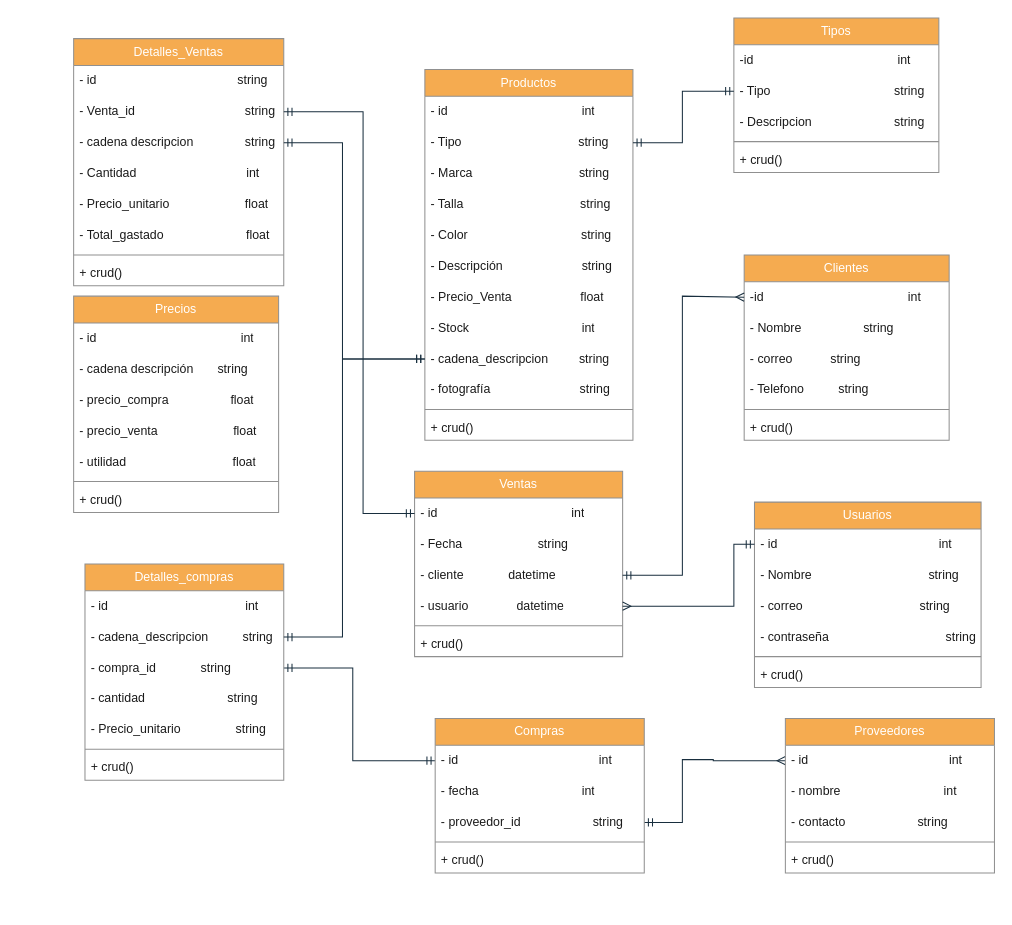
Before: Sombreros.drawio in NealD00/Diagramin, a draw.io diagram. Source tidied: cells renumbered, new cells numbered last; positions are measured from the earlier drawing's top-left corner, leaving out a move shared by most shapes. Both pictures are drawn from the tidied source at 103%, with x=0, y=0 at pixel (73, 18).
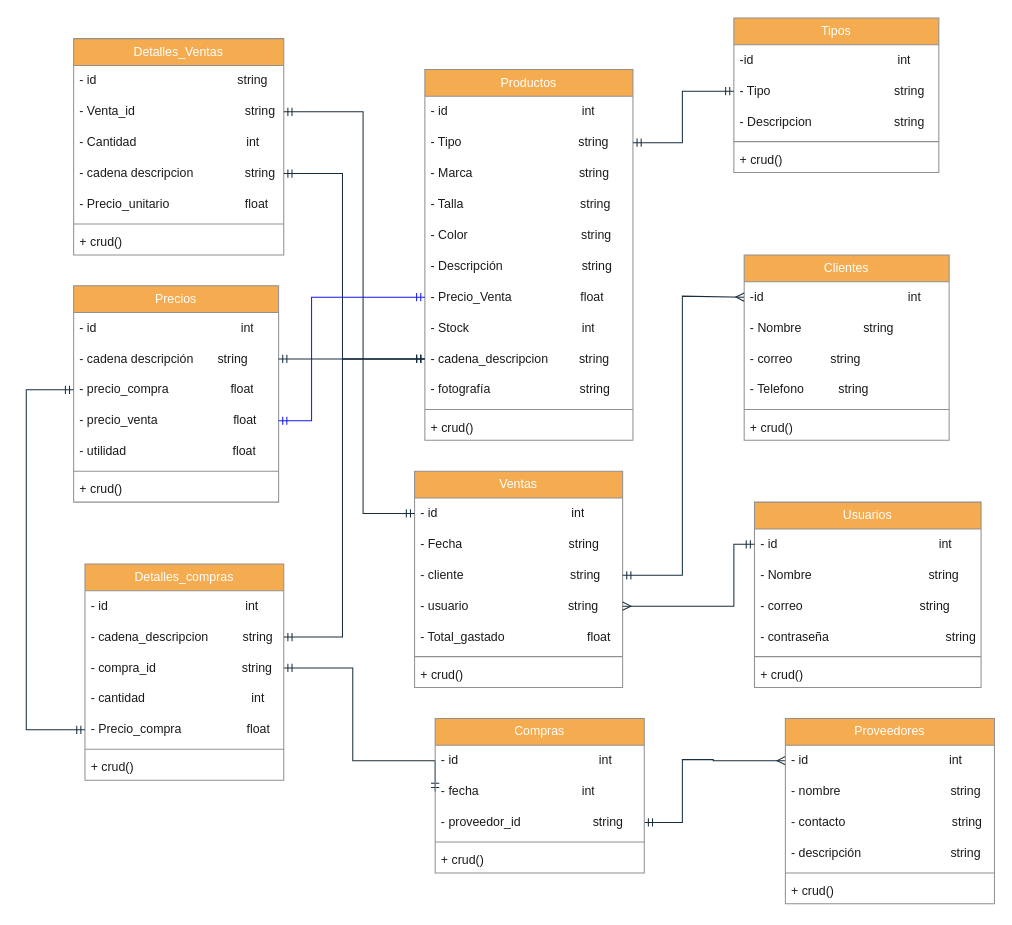
After the change.

The change refers to these unchanged cells:
```xml
<mxCell id="4" value="&lt;font color=&quot;#ffffff&quot;&gt;Detalles_compras&lt;/font&gt;" style="swimlane;fontStyle=0;align=center;verticalAlign=middle;horizontal=1;startSize=26;whiteSpace=wrap;html=1;strokeColor=#909090;fontFamily=Helvetica;fontSize=12;fontColor=#1A1A1A;labelBackgroundColor=none;fillColor=#F5AB50;" parent="1" vertex="1">
  <mxGeometry x="11" y="530" width="193" height="210" as="geometry" />
</mxCell>
<mxCell id="29" value="- id&amp;nbsp; &amp;nbsp; &amp;nbsp; &amp;nbsp; &amp;nbsp; &amp;nbsp; &amp;nbsp; &amp;nbsp; &amp;nbsp; &amp;nbsp; &amp;nbsp; &amp;nbsp; &amp;nbsp; &amp;nbsp; &amp;nbsp; &amp;nbsp; &amp;nbsp; &amp;nbsp; &amp;nbsp; &amp;nbsp; &amp;nbsp;int" style="text;strokeColor=none;fillColor=none;align=left;verticalAlign=middle;spacingLeft=4;spacingRight=4;overflow=hidden;points=[[0,0.5],[1,0.5]];portConstraint=eastwest;whiteSpace=wrap;html=1;labelBackgroundColor=none;fontColor=#1A1A1A;swimlaneLine=0;" parent="28" vertex="1">
  <mxGeometry y="26" width="203" height="30" as="geometry" />
</mxCell>
<mxCell id="56" value="- Precio_Venta&amp;nbsp; &amp;nbsp; &amp;nbsp; &amp;nbsp; &amp;nbsp; &amp;nbsp; &amp;nbsp; &amp;nbsp; &amp;nbsp; &amp;nbsp; float" style="text;strokeColor=none;fillColor=none;align=left;verticalAlign=middle;spacingLeft=4;spacingRight=4;overflow=hidden;points=[[0,0.5],[1,0.5]];portConstraint=eastwest;whiteSpace=wrap;html=1;labelBackgroundColor=none;fontColor=#1A1A1A;swimlaneLine=0;" parent="49" vertex="1">
  <mxGeometry y="206" width="202" height="30" as="geometry" />
</mxCell>
<mxCell id="58" value="- cadena_descripcion&amp;nbsp; &amp;nbsp; &amp;nbsp; &amp;nbsp; &amp;nbsp;string" style="text;strokeColor=none;fillColor=none;align=left;verticalAlign=middle;spacingLeft=4;spacingRight=4;overflow=hidden;points=[[0,0.5],[1,0.5]];portConstraint=eastwest;whiteSpace=wrap;html=1;labelBackgroundColor=none;fontColor=#1A1A1A;swimlaneLine=0;" parent="49" vertex="1">
  <mxGeometry y="266" width="202" height="30" as="geometry" />
</mxCell>
<mxCell id="73" value="- cadena descripción&amp;nbsp; &amp;nbsp; &amp;nbsp; &amp;nbsp;string" style="text;strokeColor=none;fillColor=none;align=left;verticalAlign=middle;spacingLeft=4;spacingRight=4;overflow=hidden;points=[[0,0.5],[1,0.5]];portConstraint=eastwest;whiteSpace=wrap;html=1;labelBackgroundColor=none;fontColor=#1A1A1A;swimlaneLine=0;" parent="71" vertex="1">
  <mxGeometry y="56" width="199" height="30" as="geometry" />
</mxCell>
<mxCell id="74" value="- precio_compra&amp;nbsp; &amp;nbsp; &amp;nbsp; &amp;nbsp; &amp;nbsp; &amp;nbsp; &amp;nbsp; &amp;nbsp; &amp;nbsp; float" style="text;strokeColor=none;fillColor=none;align=left;verticalAlign=middle;spacingLeft=4;spacingRight=4;overflow=hidden;points=[[0,0.5],[1,0.5]];portConstraint=eastwest;whiteSpace=wrap;html=1;labelBackgroundColor=none;fontColor=#1A1A1A;swimlaneLine=0;" parent="71" vertex="1">
  <mxGeometry y="86" width="199" height="30" as="geometry" />
</mxCell>
<mxCell id="75" value="- precio_venta&amp;nbsp; &amp;nbsp; &amp;nbsp; &amp;nbsp; &amp;nbsp; &amp;nbsp; &amp;nbsp; &amp;nbsp; &amp;nbsp; &amp;nbsp; &amp;nbsp; float" style="text;strokeColor=none;fillColor=none;align=left;verticalAlign=middle;spacingLeft=4;spacingRight=4;overflow=hidden;points=[[0,0.5],[1,0.5]];portConstraint=eastwest;whiteSpace=wrap;html=1;labelBackgroundColor=none;fontColor=#1A1A1A;swimlaneLine=0;" parent="71" vertex="1">
  <mxGeometry y="116" width="199" height="30" as="geometry" />
</mxCell>
```

Diff of the diagram source:
```diff
@@
-    <mxCell id="2" style="edgeStyle=orthogonalEdgeStyle;rounded=0;jettySize=auto;html=1;labelBackgroundColor=none;strokeColor=#182E3E;fontColor=default;startArrow=ERmandOne;startFill=0;endArrow=ERmandOne;endFill=0;swimlaneLine=0;exitX=1;exitY=0.5;exitDx=0;exitDy=0;entryX=0;entryY=0.5;entryDx=0;entryDy=0;" parent="1" edge="1" source="7" target="29">
+    <mxCell id="2" style="edgeStyle=orthogonalEdgeStyle;rounded=0;jettySize=auto;html=1;labelBackgroundColor=none;strokeColor=#182E3E;fontColor=default;startArrow=ERmandOne;startFill=0;endArrow=ERmandOne;endFill=0;swimlaneLine=0;exitX=1;exitY=0.5;exitDx=0;exitDy=0;entryX=0;entryY=0.5;entryDx=0;entryDy=0;" parent="1" edge="1" source="7">
       <mxGeometry relative="1" as="geometry">
+        <mxPoint x="351" y="751" as="targetPoint" />
         <Array as="points">
           <mxPoint x="271" y="631" />
           <mxPoint x="271" y="721" />
         </Array>
       </mxGeometry>
     </mxCell>
@@
-    <mxCell id="7" value="- compra_id&amp;nbsp; &amp;nbsp; &amp;nbsp; &amp;nbsp; &amp;nbsp; &amp;nbsp; &amp;nbsp;string" style="text;strokeColor=none;fillColor=none;align=left;verticalAlign=middle;spacingLeft=4;spacingRight=4;overflow=hidden;points=[[0,0.5],[1,0.5]];portConstraint=eastwest;whiteSpace=wrap;html=1;labelBackgroundColor=none;fontColor=#1A1A1A;swimlaneLine=0;" parent="4" vertex="1">
+    <mxCell id="7" value="- compra_id&amp;nbsp; &amp;nbsp; &amp;nbsp; &amp;nbsp; &amp;nbsp; &amp;nbsp; &amp;nbsp; &amp;nbsp; &amp;nbsp; &amp;nbsp; &amp;nbsp; &amp;nbsp; &amp;nbsp;string" style="text;strokeColor=none;fillColor=none;align=left;verticalAlign=middle;spacingLeft=4;spacingRight=4;overflow=hidden;points=[[0,0.5],[1,0.5]];portConstraint=eastwest;whiteSpace=wrap;html=1;labelBackgroundColor=none;fontColor=#1A1A1A;swimlaneLine=0;" parent="4" vertex="1">
       <mxGeometry y="86" width="193" height="30" as="geometry" />
     </mxCell>
-    <mxCell id="8" value="- cantidad&amp;nbsp; &amp;nbsp; &amp;nbsp; &amp;nbsp; &amp;nbsp; &amp;nbsp; &amp;nbsp; &amp;nbsp; &amp;nbsp; &amp;nbsp; &amp;nbsp; &amp;nbsp; string" style="text;strokeColor=none;fillColor=none;align=left;verticalAlign=middle;spacingLeft=4;spacingRight=4;overflow=hidden;whiteSpace=wrap;html=1;labelBackgroundColor=none;fontColor=#1A1A1A;swimlaneLine=0;" parent="4" vertex="1">
+    <mxCell id="8" value="- cantidad&amp;nbsp; &amp;nbsp; &amp;nbsp; &amp;nbsp; &amp;nbsp; &amp;nbsp; &amp;nbsp; &amp;nbsp; &amp;nbsp; &amp;nbsp; &amp;nbsp; &amp;nbsp; &amp;nbsp; &amp;nbsp; &amp;nbsp; &amp;nbsp;int" style="text;strokeColor=none;fillColor=none;align=left;verticalAlign=middle;spacingLeft=4;spacingRight=4;overflow=hidden;whiteSpace=wrap;html=1;labelBackgroundColor=none;fontColor=#1A1A1A;swimlaneLine=0;" parent="4" vertex="1">
       <mxGeometry y="116" width="193" height="30" as="geometry" />
     </mxCell>
-    <mxCell id="9" value="- Precio_unitario&amp;nbsp; &amp;nbsp; &amp;nbsp; &amp;nbsp; &amp;nbsp; &amp;nbsp; &amp;nbsp; &amp;nbsp; string" style="text;strokeColor=none;fillColor=none;align=left;verticalAlign=middle;spacingLeft=4;spacingRight=4;overflow=hidden;points=[[0,0.5],[1,0.5]];portConstraint=eastwest;whiteSpace=wrap;html=1;labelBackgroundColor=none;fontColor=#1A1A1A;swimlaneLine=0;" parent="4" vertex="1">
+    <mxCell id="9" value="- Precio_compra&amp;nbsp; &amp;nbsp; &amp;nbsp; &amp;nbsp; &amp;nbsp; &amp;nbsp; &amp;nbsp; &amp;nbsp; &amp;nbsp; &amp;nbsp;float" style="text;strokeColor=none;fillColor=none;align=left;verticalAlign=middle;spacingLeft=4;spacingRight=4;overflow=hidden;points=[[0,0.5],[1,0.5]];portConstraint=eastwest;whiteSpace=wrap;html=1;labelBackgroundColor=none;fontColor=#1A1A1A;swimlaneLine=0;" parent="4" vertex="1">
       <mxGeometry y="146" width="193" height="30" as="geometry" />
     </mxCell>
@@
     <mxCell id="12" value="&lt;font color=&quot;#ffffff&quot;&gt;Detalles_Ventas&lt;/font&gt;" style="swimlane;fontStyle=0;align=center;verticalAlign=middle;horizontal=1;startSize=26;whiteSpace=wrap;html=1;strokeColor=#909090;fontFamily=Helvetica;fontSize=12;fontColor=#1A1A1A;labelBackgroundColor=none;fillColor=#F5AB50;" parent="1" vertex="1">
-      <mxGeometry y="20" width="204" height="240" as="geometry" />
+      <mxGeometry y="20" width="204" height="210" as="geometry" />
     </mxCell>
@@
+    <mxCell id="16" value="- Cantidad&amp;nbsp; &amp;nbsp; &amp;nbsp; &amp;nbsp; &amp;nbsp; &amp;nbsp; &amp;nbsp; &amp;nbsp; &amp;nbsp; &amp;nbsp; &amp;nbsp; &amp;nbsp; &amp;nbsp; &amp;nbsp; &amp;nbsp; &amp;nbsp; int" style="text;strokeColor=none;fillColor=none;align=left;verticalAlign=middle;spacingLeft=4;spacingRight=4;overflow=hidden;whiteSpace=wrap;html=1;labelBackgroundColor=none;fontColor=#1A1A1A;swimlaneLine=0;" parent="12" vertex="1">
+      <mxGeometry y="86" width="204" height="30" as="geometry" />
+    </mxCell>
     <mxCell id="15" value="- cadena descripcion&amp;nbsp; &amp;nbsp; &amp;nbsp; &amp;nbsp; &amp;nbsp; &amp;nbsp; &amp;nbsp; &amp;nbsp;string" style="text;strokeColor=none;fillColor=none;align=left;verticalAlign=middle;spacingLeft=4;spacingRight=4;overflow=hidden;points=[[0,0.5],[1,0.5]];portConstraint=eastwest;whiteSpace=wrap;html=1;labelBackgroundColor=none;fontColor=#1A1A1A;swimlaneLine=0;" parent="12" vertex="1">
-      <mxGeometry y="86" width="204" height="30" as="geometry" />
+      <mxGeometry y="116" width="204" height="30" as="geometry" />
     </mxCell>
-    <mxCell id="16" value="- Cantidad&amp;nbsp; &amp;nbsp; &amp;nbsp; &amp;nbsp; &amp;nbsp; &amp;nbsp; &amp;nbsp; &amp;nbsp; &amp;nbsp; &amp;nbsp; &amp;nbsp; &amp;nbsp; &amp;nbsp; &amp;nbsp; &amp;nbsp; &amp;nbsp; int" style="text;strokeColor=none;fillColor=none;align=left;verticalAlign=middle;spacingLeft=4;spacingRight=4;overflow=hidden;whiteSpace=wrap;html=1;labelBackgroundColor=none;fontColor=#1A1A1A;swimlaneLine=0;" parent="12" vertex="1">
-      <mxGeometry y="116" width="204" height="30" as="geometry" />
-    </mxCell>
@@
-    <mxCell id="18" value="- Total_gastado&amp;nbsp; &amp;nbsp; &amp;nbsp; &amp;nbsp; &amp;nbsp; &amp;nbsp; &amp;nbsp; &amp;nbsp; &amp;nbsp; &amp;nbsp; &amp;nbsp; &amp;nbsp; float" style="text;strokeColor=none;fillColor=none;align=left;verticalAlign=middle;spacingLeft=4;spacingRight=4;overflow=hidden;whiteSpace=wrap;html=1;labelBackgroundColor=none;fontColor=#1A1A1A;swimlaneLine=0;" parent="12" vertex="1">
-      <mxGeometry y="176" width="204" height="30" as="geometry" />
-    </mxCell>
     <mxCell id="19" style="line;strokeWidth=1;fillColor=#F5AB50;align=center;verticalAlign=middle;spacingTop=-1;spacingLeft=3;spacingRight=3;labelPosition=right;strokeColor=#909090;fontFamily=Helvetica;fontSize=12;fontColor=#1A1A1A;fontStyle=0;labelBackgroundColor=none;" parent="12" vertex="1">
-      <mxGeometry y="206" width="204" height="8" as="geometry" />
+      <mxGeometry y="176" width="204" height="8" as="geometry" />
     </mxCell>
     <mxCell id="20" value="+ crud()" style="text;strokeColor=none;fillColor=none;align=left;verticalAlign=top;spacingLeft=4;spacingRight=4;overflow=hidden;whiteSpace=wrap;html=1;fontFamily=Helvetica;fontSize=12;fontColor=#1A1A1A;fontStyle=0;labelBackgroundColor=none;" parent="12" vertex="1">
-      <mxGeometry y="214" width="204" height="26" as="geometry" />
+      <mxGeometry y="184" width="204" height="26" as="geometry" />
     </mxCell>
@@
     <mxCell id="34" value="&lt;font color=&quot;#ffffff&quot;&gt;Ventas&lt;/font&gt;" style="swimlane;fontStyle=0;align=center;verticalAlign=middle;horizontal=1;startSize=26;whiteSpace=wrap;html=1;strokeColor=#909090;fontFamily=Helvetica;fontSize=12;fontColor=#1A1A1A;labelBackgroundColor=none;fillColor=#F5AB50;" parent="1" vertex="1">
-      <mxGeometry x="331" y="440" width="202" height="180" as="geometry" />
+      <mxGeometry x="331" y="440" width="202" height="210" as="geometry" />
     </mxCell>
@@
-    <mxCell id="36" value="- Fecha&amp;nbsp; &amp;nbsp; &amp;nbsp; &amp;nbsp; &amp;nbsp; &amp;nbsp; &amp;nbsp; &amp;nbsp; &amp;nbsp; &amp;nbsp; &amp;nbsp; string" style="text;strokeColor=none;fillColor=none;align=left;verticalAlign=middle;spacingLeft=4;spacingRight=4;overflow=hidden;whiteSpace=wrap;html=1;labelBackgroundColor=none;fontColor=#1A1A1A;swimlaneLine=0;" parent="34" vertex="1">
+    <mxCell id="36" value="- Fecha&amp;nbsp; &amp;nbsp; &amp;nbsp; &amp;nbsp; &amp;nbsp; &amp;nbsp; &amp;nbsp; &amp;nbsp; &amp;nbsp; &amp;nbsp; &amp;nbsp; &amp;nbsp; &amp;nbsp; &amp;nbsp; &amp;nbsp; &amp;nbsp;string" style="text;strokeColor=none;fillColor=none;align=left;verticalAlign=middle;spacingLeft=4;spacingRight=4;overflow=hidden;whiteSpace=wrap;html=1;labelBackgroundColor=none;fontColor=#1A1A1A;swimlaneLine=0;" parent="34" vertex="1">
       <mxGeometry y="56" width="202" height="30" as="geometry" />
     </mxCell>
-    <mxCell id="37" value="- cliente&amp;nbsp; &amp;nbsp; &amp;nbsp; &amp;nbsp; &amp;nbsp; &amp;nbsp; &amp;nbsp;datetime" style="text;strokeColor=none;fillColor=none;align=left;verticalAlign=middle;spacingLeft=4;spacingRight=4;overflow=hidden;points=[[0,0.5],[1,0.5]];portConstraint=eastwest;whiteSpace=wrap;html=1;labelBackgroundColor=none;fontColor=#1A1A1A;swimlaneLine=0;" parent="34" vertex="1">
+    <mxCell id="37" value="- cliente&amp;nbsp; &amp;nbsp; &amp;nbsp; &amp;nbsp; &amp;nbsp; &amp;nbsp; &amp;nbsp; &amp;nbsp; &amp;nbsp; &amp;nbsp; &amp;nbsp; &amp;nbsp; &amp;nbsp; &amp;nbsp; &amp;nbsp; &amp;nbsp;string" style="text;strokeColor=none;fillColor=none;align=left;verticalAlign=middle;spacingLeft=4;spacingRight=4;overflow=hidden;points=[[0,0.5],[1,0.5]];portConstraint=eastwest;whiteSpace=wrap;html=1;labelBackgroundColor=none;fontColor=#1A1A1A;swimlaneLine=0;" parent="34" vertex="1">
       <mxGeometry y="86" width="202" height="30" as="geometry" />
     </mxCell>
-    <mxCell id="38" value="- usuario&amp;nbsp; &amp;nbsp; &amp;nbsp; &amp;nbsp; &amp;nbsp; &amp;nbsp; &amp;nbsp; datetime" style="text;strokeColor=none;fillColor=none;align=left;verticalAlign=middle;spacingLeft=4;spacingRight=4;overflow=hidden;points=[[0,0.5],[1,0.5]];portConstraint=eastwest;whiteSpace=wrap;html=1;labelBackgroundColor=none;fontColor=#1A1A1A;swimlaneLine=0;" parent="34" vertex="1">
+    <mxCell id="38" value="- usuario&amp;nbsp; &amp;nbsp; &amp;nbsp; &amp;nbsp; &amp;nbsp; &amp;nbsp; &amp;nbsp; &amp;nbsp; &amp;nbsp; &amp;nbsp; &amp;nbsp; &amp;nbsp; &amp;nbsp; &amp;nbsp; &amp;nbsp;string" style="text;strokeColor=none;fillColor=none;align=left;verticalAlign=middle;spacingLeft=4;spacingRight=4;overflow=hidden;points=[[0,0.5],[1,0.5]];portConstraint=eastwest;whiteSpace=wrap;html=1;labelBackgroundColor=none;fontColor=#1A1A1A;swimlaneLine=0;" parent="34" vertex="1">
       <mxGeometry y="116" width="202" height="30" as="geometry" />
     </mxCell>
+    <mxCell id="18" value="- Total_gastado&amp;nbsp; &amp;nbsp; &amp;nbsp; &amp;nbsp; &amp;nbsp; &amp;nbsp; &amp;nbsp; &amp;nbsp; &amp;nbsp; &amp;nbsp; &amp;nbsp; &amp;nbsp; float" style="text;strokeColor=none;fillColor=none;align=left;verticalAlign=middle;spacingLeft=4;spacingRight=4;overflow=hidden;whiteSpace=wrap;html=1;labelBackgroundColor=none;fontColor=#1A1A1A;swimlaneLine=0;" parent="34" vertex="1">
+      <mxGeometry y="146" width="202" height="30" as="geometry" />
+    </mxCell>
     <mxCell id="39" style="line;strokeWidth=1;fillColor=#F5AB50;align=center;verticalAlign=middle;spacingTop=-1;spacingLeft=3;spacingRight=3;labelPosition=right;strokeColor=#909090;fontFamily=Helvetica;fontSize=12;fontColor=#1A1A1A;fontStyle=0;labelBackgroundColor=none;" parent="34" vertex="1">
-      <mxGeometry y="146" width="202" height="8" as="geometry" />
+      <mxGeometry y="176" width="202" height="8" as="geometry" />
     </mxCell>
     <mxCell id="40" value="+ crud()" style="text;strokeColor=none;fillColor=none;align=left;verticalAlign=top;spacingLeft=4;spacingRight=4;overflow=hidden;whiteSpace=wrap;html=1;fontFamily=Helvetica;fontSize=12;fontColor=#1A1A1A;fontStyle=0;labelBackgroundColor=none;" parent="34" vertex="1">
-      <mxGeometry y="154" width="202" height="26" as="geometry" />
+      <mxGeometry y="184" width="202" height="26" as="geometry" />
     </mxCell>
@@
     <mxCell id="62" value="&lt;font color=&quot;#ffffff&quot;&gt;Proveedores&lt;/font&gt;" style="swimlane;fontStyle=0;align=center;verticalAlign=middle;horizontal=1;startSize=26;whiteSpace=wrap;html=1;strokeColor=#909090;fontFamily=Helvetica;fontSize=12;fontColor=#1A1A1A;labelBackgroundColor=none;fillColor=#F5AB50;" parent="1" vertex="1">
-      <mxGeometry x="691" y="680" width="203" height="150" as="geometry" />
+      <mxGeometry x="691" y="680" width="203" height="180" as="geometry" />
     </mxCell>
@@
-    <mxCell id="64" value="- nombre&amp;nbsp; &amp;nbsp; &amp;nbsp; &amp;nbsp; &amp;nbsp; &amp;nbsp; &amp;nbsp; &amp;nbsp; &amp;nbsp; &amp;nbsp; &amp;nbsp; &amp;nbsp; &amp;nbsp; &amp;nbsp; &amp;nbsp; int" style="text;strokeColor=none;fillColor=none;align=left;verticalAlign=middle;spacingLeft=4;spacingRight=4;overflow=hidden;whiteSpace=wrap;html=1;labelBackgroundColor=none;fontColor=#1A1A1A;swimlaneLine=0;" parent="62" vertex="1">
+    <mxCell id="64" value="- nombre&amp;nbsp; &amp;nbsp; &amp;nbsp; &amp;nbsp; &amp;nbsp; &amp;nbsp; &amp;nbsp; &amp;nbsp; &amp;nbsp; &amp;nbsp; &amp;nbsp; &amp;nbsp; &amp;nbsp; &amp;nbsp; &amp;nbsp; &amp;nbsp; string" style="text;strokeColor=none;fillColor=none;align=left;verticalAlign=middle;spacingLeft=4;spacingRight=4;overflow=hidden;whiteSpace=wrap;html=1;labelBackgroundColor=none;fontColor=#1A1A1A;swimlaneLine=0;" parent="62" vertex="1">
       <mxGeometry y="56" width="203" height="30" as="geometry" />
     </mxCell>
+    <mxCell id="90" value="- contacto&amp;nbsp; &amp;nbsp; &amp;nbsp; &amp;nbsp; &amp;nbsp; &amp;nbsp; &amp;nbsp; &amp;nbsp; &amp;nbsp; &amp;nbsp; &amp;nbsp; &amp;nbsp; &amp;nbsp; &amp;nbsp; &amp;nbsp; &amp;nbsp;string" style="text;strokeColor=none;fillColor=none;align=left;verticalAlign=middle;spacingLeft=4;spacingRight=4;overflow=hidden;whiteSpace=wrap;html=1;labelBackgroundColor=none;fontColor=#1A1A1A;swimlaneLine=0;" parent="62" vertex="1">
+      <mxGeometry y="86" width="203" height="30" as="geometry" />
+    </mxCell>
-    <mxCell id="65" value="- contacto&amp;nbsp; &amp;nbsp; &amp;nbsp; &amp;nbsp; &amp;nbsp; &amp;nbsp; &amp;nbsp; &amp;nbsp; &amp;nbsp; &amp;nbsp; &amp;nbsp;string" style="text;strokeColor=none;fillColor=none;align=left;verticalAlign=middle;spacingLeft=4;spacingRight=4;overflow=hidden;whiteSpace=wrap;html=1;labelBackgroundColor=none;fontColor=#1A1A1A;swimlaneLine=0;" parent="62" vertex="1">
-      <mxGeometry y="86" width="203" height="30" as="geometry" />
+    <mxCell id="65" value="- descripción&amp;nbsp; &amp;nbsp; &amp;nbsp; &amp;nbsp; &amp;nbsp; &amp;nbsp; &amp;nbsp; &amp;nbsp; &amp;nbsp; &amp;nbsp; &amp;nbsp; &amp;nbsp; &amp;nbsp; string" style="text;strokeColor=none;fillColor=none;align=left;verticalAlign=middle;spacingLeft=4;spacingRight=4;overflow=hidden;whiteSpace=wrap;html=1;labelBackgroundColor=none;fontColor=#1A1A1A;swimlaneLine=0;" parent="62" vertex="1">
+      <mxGeometry y="116" width="203" height="30" as="geometry" />
     </mxCell>
     <mxCell id="66" style="line;strokeWidth=1;fillColor=#F5AB50;align=center;verticalAlign=middle;spacingTop=-1;spacingLeft=3;spacingRight=3;labelPosition=right;strokeColor=#909090;fontFamily=Helvetica;fontSize=12;fontColor=#1A1A1A;fontStyle=0;labelBackgroundColor=none;" parent="62" vertex="1">
-      <mxGeometry y="116" width="203" height="8" as="geometry" />
+      <mxGeometry y="146" width="203" height="8" as="geometry" />
     </mxCell>
     <mxCell id="67" value="+ crud()" style="text;strokeColor=none;fillColor=none;align=left;verticalAlign=top;spacingLeft=4;spacingRight=4;overflow=hidden;whiteSpace=wrap;html=1;fontFamily=Helvetica;fontSize=12;fontColor=#1A1A1A;fontStyle=0;labelBackgroundColor=none;" parent="62" vertex="1">
-      <mxGeometry y="124" width="203" height="26" as="geometry" />
+      <mxGeometry y="154" width="203" height="26" as="geometry" />
     </mxCell>
@@
     <mxCell id="71" value="&lt;font color=&quot;#ffffff&quot;&gt;Precios&lt;/font&gt;" style="swimlane;fontStyle=0;align=center;verticalAlign=middle;horizontal=1;startSize=26;whiteSpace=wrap;html=1;strokeColor=#909090;fontFamily=Helvetica;fontSize=12;fontColor=#1A1A1A;labelBackgroundColor=none;fillColor=#F5AB50;" parent="1" vertex="1">
-      <mxGeometry y="270" width="199" height="210" as="geometry" />
+      <mxGeometry y="260" width="199" height="210" as="geometry" />
     </mxCell>
@@
     <mxCell id="81" style="edgeStyle=orthogonalEdgeStyle;rounded=0;jettySize=auto;html=1;labelBackgroundColor=none;strokeColor=#182E3E;fontColor=default;startArrow=ERmandOne;startFill=0;endArrow=ERmandOne;endFill=0;swimlaneLine=0;exitX=1;exitY=0.5;exitDx=0;exitDy=0;entryX=0;entryY=0.5;entryDx=0;entryDy=0;" parent="1" edge="1" source="15" target="58">
       <mxGeometry relative="1" as="geometry">
         <Array as="points">
-          <mxPoint x="261" y="121" />
+          <mxPoint x="261" y="151" />
           <mxPoint x="261" y="331" />
         </Array>
       </mxGeometry>
     </mxCell>
@@
+    <mxCell id="91" style="edgeStyle=orthogonalEdgeStyle;rounded=0;jettySize=auto;html=1;labelBackgroundColor=none;strokeColor=#182E3E;fontColor=default;startArrow=ERmandOne;startFill=0;endArrow=ERmandOne;endFill=0;swimlaneLine=0;exitX=0;exitY=0.5;exitDx=0;exitDy=0;entryX=0;entryY=0.5;entryDx=0;entryDy=0;" parent="1" edge="1" source="74" target="9">
+      <mxGeometry relative="1" as="geometry">
+        <Array as="points">
+          <mxPoint x="-46" y="361" />
+          <mxPoint x="-46" y="691" />
+        </Array>
+      </mxGeometry>
+    </mxCell>
+    <mxCell id="92" style="edgeStyle=orthogonalEdgeStyle;rounded=0;jettySize=auto;html=1;labelBackgroundColor=none;strokeColor=#1219f8;fontColor=default;startArrow=ERmandOne;startFill=0;endArrow=ERmandOne;endFill=0;swimlaneLine=0;exitX=0;exitY=0.5;exitDx=0;exitDy=0;entryX=1;entryY=0.5;entryDx=0;entryDy=0;" parent="1" edge="1" source="56" target="75">
+      <mxGeometry relative="1" as="geometry">
+        <Array as="points">
+          <mxPoint x="231" y="271" />
+          <mxPoint x="231" y="391" />
+        </Array>
+      </mxGeometry>
+    </mxCell>
+    <mxCell id="93" style="edgeStyle=orthogonalEdgeStyle;rounded=0;jettySize=auto;html=1;labelBackgroundColor=none;strokeColor=#182E3E;fontColor=default;startArrow=ERmandOne;startFill=0;endArrow=ERmandOne;endFill=0;swimlaneLine=0;exitX=1;exitY=0.5;exitDx=0;exitDy=0;entryX=0;entryY=0.5;entryDx=0;entryDy=0;" parent="1" edge="1" source="73" target="58">
+      <mxGeometry relative="1" as="geometry">
+        <Array as="points">
+          <mxPoint x="241" y="331" />
+          <mxPoint x="241" y="331" />
+        </Array>
+      </mxGeometry>
+    </mxCell>
+    <mxCell id="94" style="edgeLabel;html=1;align=center;verticalAlign=middle;strokeColor=#909090;fontColor=#1A1A1A;fillColor=#F5AB50;" parent="93" vertex="1">
+      <mxGeometry x="-0.78" y="1" relative="1" as="geometry" />
+    </mxCell>
```
